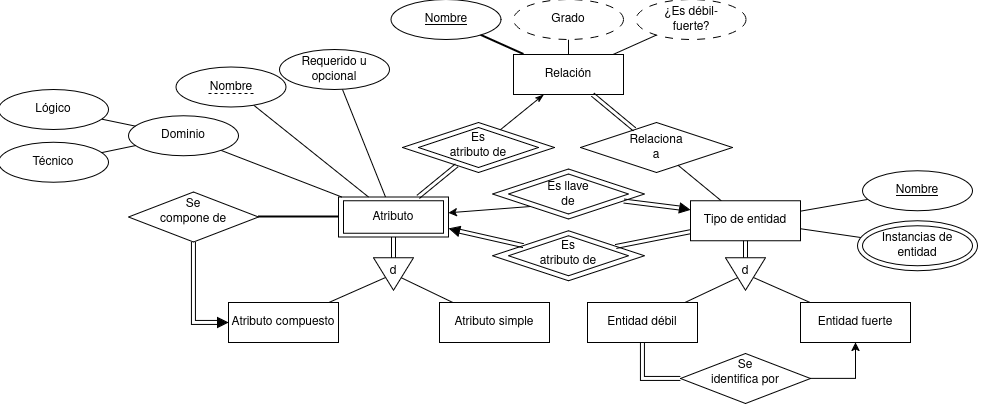
Above: Tarea2/imagenes/diagramasER.png in diegocist/Bases-Tareas-Los-FBI (draw.io), before the change. Source tidied: cells renumbered, new cells last; positions are measured from the earlier drawing's top-left corner, leaving out a move shared by most shapes.
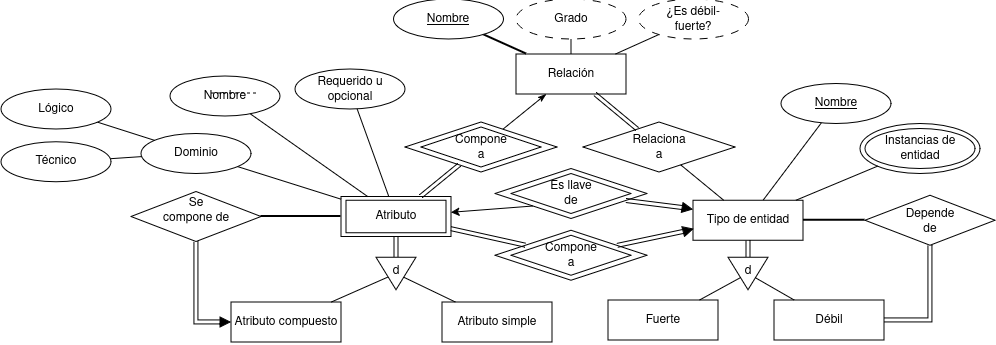
After the change.

Commit message:
Diagrama E-R sobre diagramas E-R final

The edit, as a diff of the source:
```diff
@@ -5,7 +5,7 @@
     <mxCell id="2" value="&lt;div&gt;&lt;br/&gt;&lt;/div&gt;" style="rhombus;whiteSpace=wrap;html=1;shapeInside=1;strokeColor=default;align=center;verticalAlign=middle;fontFamily=Helvetica;fontSize=12;fontColor=default;fillColor=default;" parent="1" vertex="1">
       <mxGeometry x="420" y="128" width="120" height="40" as="geometry" />
     </mxCell>
-    <mxCell id="3" value="Es atributo de" style="rhombus;whiteSpace=wrap;html=1;shapeInside=1;strokeColor=default;align=center;verticalAlign=middle;fontFamily=Helvetica;fontSize=12;fontColor=default;fillColor=none;" parent="1" vertex="1">
+    <mxCell id="3" value="Compone a" style="rhombus;whiteSpace=wrap;html=1;shapeInside=1;strokeColor=default;align=center;verticalAlign=middle;fontFamily=Helvetica;fontSize=12;fontColor=default;fillColor=none;" parent="1" vertex="1">
       <mxGeometry x="404" y="123" width="152" height="50" as="geometry" />
     </mxCell>
     <mxCell id="4" value="Relaciona a" style="rhombus;whiteSpace=wrap;html=1;shapeInside=1;strokeColor=default;align=center;verticalAlign=middle;fontFamily=Helvetica;fontSize=12;fontColor=default;fillColor=none;" parent="1" vertex="1">
@@ -20,17 +20,20 @@
     <mxCell id="7" style="edgeStyle=none;shape=connector;rounded=0;jettySize=auto;html=1;strokeColor=default;align=center;verticalAlign=middle;fontFamily=Helvetica;fontSize=12;fontColor=default;labelBackgroundColor=default;endArrow=none;endFill=0;" parent="1" edge="1" source="10" target="11">
       <mxGeometry relative="1" as="geometry" />
     </mxCell>
-    <mxCell id="8" style="edgeStyle=none;shape=link;rounded=0;jettySize=auto;html=1;strokeColor=default;align=center;verticalAlign=middle;fontFamily=Helvetica;fontSize=12;fontColor=default;labelBackgroundColor=default;endArrow=none;endFill=0;" parent="1" edge="1" source="10" target="23">
+    <mxCell id="8" style="edgeStyle=none;shape=link;rounded=0;jettySize=auto;html=1;strokeColor=default;align=center;verticalAlign=middle;fontFamily=Helvetica;fontSize=12;fontColor=default;labelBackgroundColor=default;endArrow=none;endFill=0;exitX=0;exitY=0.5;exitDx=0;exitDy=0;" parent="1" edge="1" source="68" target="23">
       <mxGeometry relative="1" as="geometry" />
     </mxCell>
     <mxCell id="9" style="edgeStyle=none;shape=link;rounded=0;jettySize=auto;html=1;exitX=0;exitY=0.5;exitDx=0;exitDy=0;strokeColor=default;align=center;verticalAlign=middle;fontFamily=Helvetica;fontSize=12;fontColor=default;labelBackgroundColor=default;endArrow=none;endFill=0;" parent="1" edge="1" source="60" target="59">
       <mxGeometry relative="1" as="geometry" />
     </mxCell>
+    <mxCell id="66" style="edgeStyle=none;shape=connector;rounded=0;jettySize=auto;html=1;strokeColor=default;strokeWidth=2;align=center;verticalAlign=middle;fontFamily=Helvetica;fontSize=14;fontColor=default;fontStyle=1;labelBackgroundColor=default;endArrow=none;endFill=0;" parent="1" edge="1" source="10" target="40">
+      <mxGeometry relative="1" as="geometry" />
+    </mxCell>
     <mxCell id="10" value="Tipo de entidad" style="rounded=0;whiteSpace=wrap;html=1;" parent="1" vertex="1">
       <mxGeometry x="692" y="201.2" width="110" height="40" as="geometry" />
     </mxCell>
     <mxCell id="11" value="&lt;u&gt;Nombre&lt;/u&gt;" style="ellipse;whiteSpace=wrap;html=1;shapeInside=1;fontStyle=4;" parent="1" vertex="1">
-      <mxGeometry x="864" y="171.2" width="110" height="40" as="geometry" />
+      <mxGeometry x="780" y="84.5" width="110" height="40" as="geometry" />
     </mxCell>
     <mxCell id="12" style="edgeStyle=none;shape=connector;rounded=0;jettySize=auto;html=1;strokeColor=default;align=center;verticalAlign=middle;fontFamily=Helvetica;fontSize=12;fontColor=default;labelBackgroundColor=default;endArrow=none;endFill=0;" parent="1" edge="1" source="22" target="57">
       <mxGeometry relative="1" as="geometry" />
@@ -39,18 +42,18 @@
       <mxGeometry relative="1" as="geometry" />
     </mxCell>
     <mxCell id="14" value="Dominio" style="ellipse;whiteSpace=wrap;html=1;shapeInside=1;" parent="1" vertex="1">
-      <mxGeometry x="130" y="116.4" width="110" height="40" as="geometry" />
+      <mxGeometry x="140" y="134.5" width="110" height="40" as="geometry" />
     </mxCell>
     <mxCell id="15" style="edgeStyle=none;shape=connector;rounded=0;jettySize=auto;html=1;strokeColor=default;align=center;verticalAlign=middle;fontFamily=Helvetica;fontSize=12;fontColor=default;labelBackgroundColor=default;endArrow=none;endFill=0;" parent="1" edge="1" source="16" target="22">
       <mxGeometry relative="1" as="geometry" />
     </mxCell>
     <mxCell id="16" value="Requerido u opcional" style="ellipse;whiteSpace=wrap;html=1;shapeInside=1;" parent="1" vertex="1">
-      <mxGeometry x="281" y="50" width="110" height="40" as="geometry" />
+      <mxGeometry x="294" y="70" width="110" height="40" as="geometry" />
     </mxCell>
     <mxCell id="17" style="rounded=0;whiteSpace=wrap;html=1;" parent="1" vertex="1">
       <mxGeometry x="345" y="201.2" width="100" height="32.5" as="geometry" />
     </mxCell>
-    <mxCell id="18" style="edgeStyle=none;shape=link;rounded=0;jettySize=auto;html=1;strokeColor=default;align=center;verticalAlign=middle;fontFamily=Helvetica;fontSize=12;fontColor=default;labelBackgroundColor=default;endArrow=none;endFill=0;startArrow=classic;startFill=1;" parent="1" edge="1" source="24" target="23">
+    <mxCell id="18" style="edgeStyle=none;shape=link;rounded=0;jettySize=auto;html=1;strokeColor=default;align=center;verticalAlign=middle;fontFamily=Helvetica;fontSize=12;fontColor=default;labelBackgroundColor=default;endArrow=none;endFill=0;startArrow=classic;startFill=1;" parent="1" edge="1" source="22" target="23">
       <mxGeometry relative="1" as="geometry" />
     </mxCell>
     <mxCell id="19" style="edgeStyle=none;shape=link;rounded=0;jettySize=auto;html=1;strokeColor=default;align=center;verticalAlign=middle;fontFamily=Helvetica;fontSize=12;fontColor=default;labelBackgroundColor=default;endArrow=none;endFill=0;" parent="1" edge="1" source="22" target="27">
@@ -65,12 +68,9 @@
     <mxCell id="22" value="Atributo" style="rounded=0;whiteSpace=wrap;html=1;fillColor=none;" parent="1" vertex="1">
       <mxGeometry x="340" y="197.5" width="110" height="40" as="geometry" />
     </mxCell>
-    <mxCell id="23" value="Es atributo de" style="rhombus;whiteSpace=wrap;html=1;shapeInside=1;strokeColor=default;align=center;verticalAlign=middle;fontFamily=Helvetica;fontSize=12;fontColor=default;fillColor=none;" parent="1" vertex="1">
+    <mxCell id="23" value="Compone a" style="rhombus;whiteSpace=wrap;html=1;shapeInside=1;strokeColor=default;align=center;verticalAlign=middle;fontFamily=Helvetica;fontSize=12;fontColor=default;fillColor=none;" parent="1" vertex="1">
       <mxGeometry x="494" y="231.2" width="152" height="50" as="geometry" />
     </mxCell>
-    <mxCell id="24" style="triangle;whiteSpace=wrap;html=1;shapeInside=1;strokeColor=default;align=center;verticalAlign=middle;fontFamily=Helvetica;fontSize=12;fontColor=default;fillColor=light-dark(#000000,#000000);rotation=-165;fillStyle=solid;" parent="1" vertex="1">
-      <mxGeometry x="451" y="225.5" width="10" height="10" as="geometry" />
-    </mxCell>
     <mxCell id="25" style="edgeStyle=none;shape=connector;rounded=0;jettySize=auto;html=1;strokeColor=default;align=center;verticalAlign=middle;fontFamily=Helvetica;fontSize=12;fontColor=default;labelBackgroundColor=default;endArrow=none;endFill=0;" parent="1" edge="1" source="27" target="29">
       <mxGeometry relative="1" as="geometry" />
     </mxCell>
@@ -111,29 +111,26 @@
     <mxCell id="36" value="&lt;div&gt;&lt;br/&gt;&lt;/div&gt;" style="triangle;whiteSpace=wrap;html=1;shapeInside=1;strokeColor=default;align=center;verticalAlign=middle;fontFamily=Helvetica;fontSize=12;fontColor=default;fillColor=default;rotation=90;" parent="1" vertex="1">
       <mxGeometry x="730.8" y="254.5" width="32.5" height="40" as="geometry" />
     </mxCell>
-    <mxCell id="37" value="Entidad fuerte" style="rounded=0;whiteSpace=wrap;html=1;fillColor=none;" parent="1" vertex="1">
-      <mxGeometry x="802" y="303" width="110" height="40" as="geometry" />
+    <mxCell id="37" value="Fuerte" style="rounded=0;whiteSpace=wrap;html=1;fillColor=none;" parent="1" vertex="1">
+      <mxGeometry x="607" y="301" width="110" height="40" as="geometry" />
     </mxCell>
-    <mxCell id="38" value="Entidad débil" style="rounded=0;whiteSpace=wrap;html=1;fillColor=none;" parent="1" vertex="1">
-      <mxGeometry x="589" y="303" width="110" height="40" as="geometry" />
+    <mxCell id="38" value="Débil" style="rounded=0;whiteSpace=wrap;html=1;fillColor=none;" parent="1" vertex="1">
+      <mxGeometry x="773" y="301" width="110" height="40" as="geometry" />
     </mxCell>
-    <mxCell id="39" style="edgeStyle=orthogonalEdgeStyle;shape=connector;rounded=0;jettySize=auto;html=1;exitX=1;exitY=0.5;exitDx=0;exitDy=0;strokeColor=default;align=center;verticalAlign=middle;fontFamily=Helvetica;fontSize=12;fontColor=default;labelBackgroundColor=default;endArrow=classic;endFill=1;" parent="1" edge="1" source="40" target="37">
-      <mxGeometry relative="1" as="geometry" />
-    </mxCell>
-    <mxCell id="40" value="Se identifica por&lt;div&gt;&lt;br&gt;&lt;/div&gt;&lt;div&gt;&lt;br&gt;&lt;/div&gt;" style="rhombus;whiteSpace=wrap;html=1;shapeInside=1;strokeColor=default;align=center;verticalAlign=middle;fontFamily=Helvetica;fontSize=12;fontColor=default;fillColor=default;" parent="1" vertex="1">
-      <mxGeometry x="682" y="354" width="130" height="50" as="geometry" />
+    <mxCell id="40" value="Depende de" style="rhombus;whiteSpace=wrap;html=1;shapeInside=1;strokeColor=default;align=center;verticalAlign=middle;fontFamily=Helvetica;fontSize=12;fontColor=default;fillColor=default;" parent="1" vertex="1">
+      <mxGeometry x="864" y="196.2" width="130" height="50" as="geometry" />
     </mxCell>
-    <mxCell id="41" style="edgeStyle=orthogonalEdgeStyle;shape=link;rounded=0;jettySize=auto;html=1;strokeColor=default;align=center;verticalAlign=middle;fontFamily=Helvetica;fontSize=12;fontColor=default;labelBackgroundColor=default;endArrow=none;endFill=0;exitX=0;exitY=0.5;exitDx=0;exitDy=0;" parent="1" edge="1" source="40" target="38">
+    <mxCell id="41" style="edgeStyle=orthogonalEdgeStyle;shape=link;rounded=0;jettySize=auto;html=1;strokeColor=default;align=center;verticalAlign=middle;fontFamily=Helvetica;fontSize=12;fontColor=default;labelBackgroundColor=default;endArrow=none;endFill=0;exitX=0.5;exitY=1;exitDx=0;exitDy=0;entryX=1;entryY=0.5;entryDx=0;entryDy=0;" parent="1" edge="1" source="40" target="38">
       <mxGeometry relative="1" as="geometry" />
     </mxCell>
     <mxCell id="42" value="&lt;div&gt;&lt;br/&gt;&lt;/div&gt;" style="ellipse;whiteSpace=wrap;html=1;shapeInside=1;fontStyle=4;" parent="1" vertex="1">
-      <mxGeometry x="864" y="226.2" width="110" height="40" as="geometry" />
+      <mxGeometry x="864" y="129.5" width="110" height="40" as="geometry" />
     </mxCell>
     <mxCell id="43" style="edgeStyle=none;shape=connector;rounded=0;jettySize=auto;html=1;strokeColor=default;align=center;verticalAlign=middle;fontFamily=Helvetica;fontSize=12;fontColor=default;labelBackgroundColor=default;endArrow=none;endFill=0;" parent="1" edge="1" source="44" target="10">
       <mxGeometry relative="1" as="geometry" />
     </mxCell>
     <mxCell id="44" value="Instancias de entidad" style="ellipse;whiteSpace=wrap;html=1;shapeInside=1;fontStyle=4;fillColor=none;" parent="1" vertex="1">
-      <mxGeometry x="859" y="221.2" width="120" height="50" as="geometry" />
+      <mxGeometry x="859" y="124.5" width="120" height="50" as="geometry" />
     </mxCell>
     <mxCell id="45" value="d" style="text;html=1;whiteSpace=wrap;strokeColor=none;fillColor=none;align=center;verticalAlign=middle;rounded=0;fontFamily=Helvetica;fontSize=12;fontColor=default;" parent="1" vertex="1">
       <mxGeometry x="365" y="257.2" width="60" height="30" as="geometry" />
@@ -172,7 +169,7 @@
       <mxGeometry x="515" width="110" height="40" as="geometry" />
     </mxCell>
     <mxCell id="57" value="Nombre" style="ellipse;whiteSpace=wrap;html=1;shapeInside=1;" parent="1" vertex="1">
-      <mxGeometry x="177.5" y="67.5" width="110" height="40" as="geometry" />
+      <mxGeometry x="169" y="77" width="110" height="40" as="geometry" />
     </mxCell>
     <mxCell id="58" style="edgeStyle=none;shape=connector;rounded=0;jettySize=auto;html=1;exitX=0;exitY=1;exitDx=0;exitDy=0;strokeColor=default;align=center;verticalAlign=middle;fontFamily=Helvetica;fontSize=12;fontColor=default;labelBackgroundColor=default;endArrow=classic;endFill=1;" parent="1" edge="1" source="59" target="22">
       <mxGeometry relative="1" as="geometry" />
@@ -201,5 +198,11 @@
     <mxCell id="65" value="Lógico" style="ellipse;whiteSpace=wrap;html=1;shapeInside=1;" parent="1" vertex="1">
       <mxGeometry y="90" width="110" height="40" as="geometry" />
     </mxCell>
+    <mxCell id="67" style="edgeStyle=none;shape=link;rounded=0;jettySize=auto;html=1;strokeColor=default;align=center;verticalAlign=middle;fontFamily=Helvetica;fontSize=12;fontColor=default;labelBackgroundColor=default;endArrow=none;endFill=0;" parent="1" edge="1" source="10" target="68">
+      <mxGeometry relative="1" as="geometry" />
+    </mxCell>
+    <mxCell id="68" style="triangle;whiteSpace=wrap;html=1;shapeInside=1;strokeColor=default;align=center;verticalAlign=middle;fontFamily=Helvetica;fontSize=12;fontColor=default;fillColor=light-dark(#000000,#000000);rotation=-15;fillStyle=solid;" parent="1" vertex="1">
+      <mxGeometry x="682" y="226.3" width="10" height="10" as="geometry" />
+    </mxCell>
   </root>
 </mxGraphModel>
```
